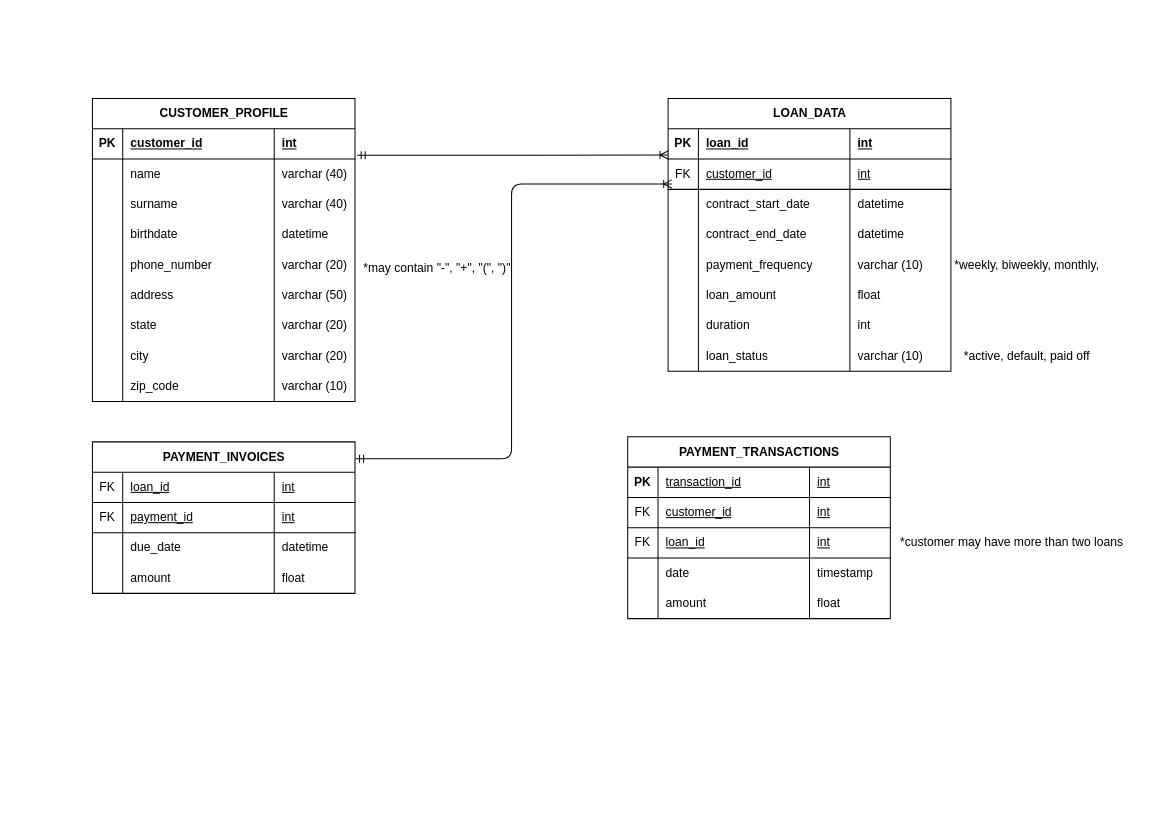
This is Diagrama sin título.drawio from saul-soto/business-case-assessment, a draw.io file, before an edit. Source tidied: cells renumbered, new cells numbered last; positions are measured from the earlier drawing's top-left corner, leaving out a move shared by most shapes. Both pictures are drawn from the tidied source at 101%, with x=0, y=0 at pixel (92, 98).
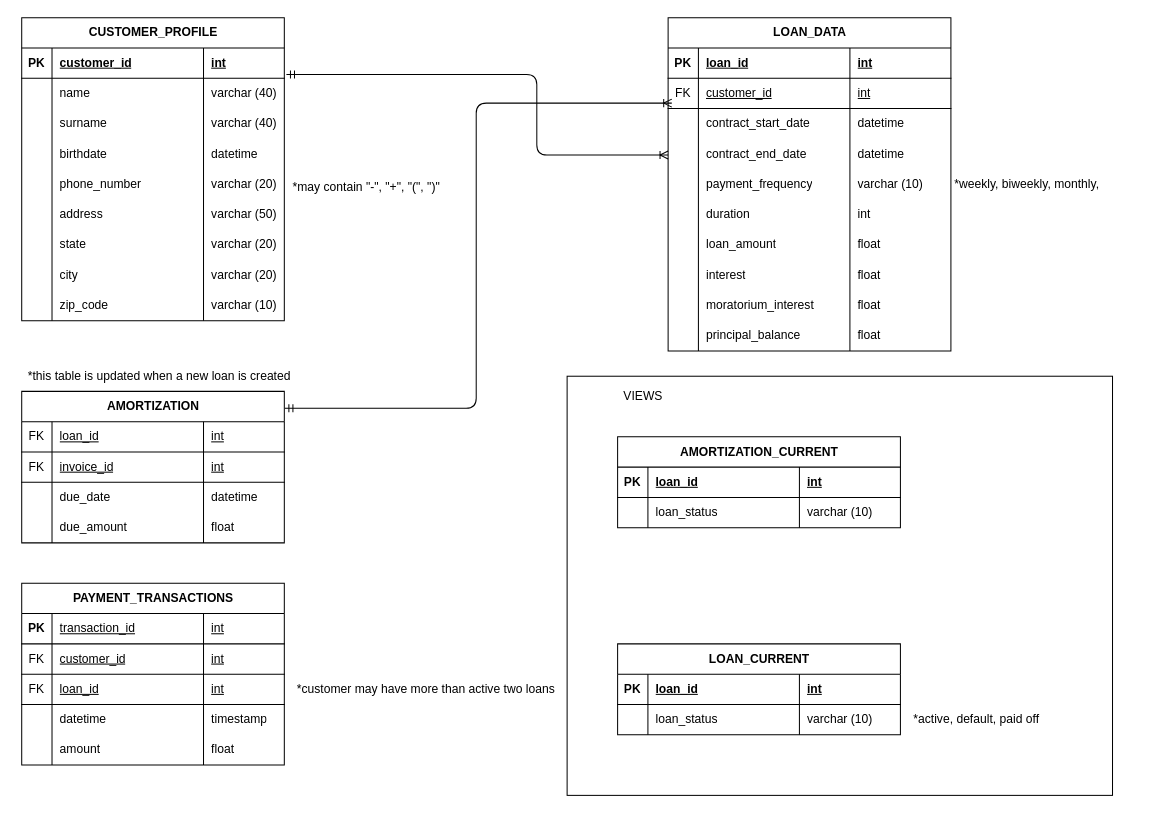
After the change.

The change refers to these unchanged cells:
```xml
<mxCell id="4" style="shape=tableRow;horizontal=0;startSize=0;swimlaneHead=0;swimlaneBody=0;fillColor=none;points=[[0,0.5],[1,0.5]];portConstraint=eastwest;top=0;left=0;right=0;bottom=1;" parent="3" vertex="1">
  <mxGeometry y="30" width="260" height="30" as="geometry" />
</mxCell>
<mxCell id="69" style="shape=tableRow;horizontal=0;startSize=0;swimlaneHead=0;swimlaneBody=0;fillColor=none;top=0;left=0;right=0;bottom=0;" parent="40" vertex="1">
  <mxGeometry y="240" width="280" height="30" as="geometry" />
</mxCell>
<mxCell id="86" style="shape=tableRow;horizontal=0;startSize=0;swimlaneHead=0;swimlaneBody=0;fillColor=none;top=0;left=0;right=0;bottom=0;" parent="73" vertex="1">
  <mxGeometry y="120" width="260" height="30" as="geometry" />
</mxCell>
<mxCell id="102" style="shape=tableRow;horizontal=0;startSize=0;swimlaneHead=0;swimlaneBody=0;fillColor=none;top=0;left=0;right=0;bottom=1;" parent="97" vertex="1">
  <mxGeometry y="60" width="260" height="30" as="geometry" />
</mxCell>
<mxCell id="110" style="shape=tableRow;horizontal=0;startSize=0;swimlaneHead=0;swimlaneBody=0;fillColor=none;top=0;left=0;right=0;bottom=0;" parent="97" vertex="1">
  <mxGeometry y="120" width="260" height="30" as="geometry" />
</mxCell>
```

Change to the diagram source:
```diff
@@
+    <mxCell id="116" style="rounded=0;whiteSpace=wrap;html=1;" parent="1" vertex="1">
+      <mxGeometry x="470" y="275" width="540" height="415" as="geometry" />
+    </mxCell>
     <mxCell id="2" style="edgeStyle=orthogonalEdgeStyle;html=1;endArrow=ERoneToMany;startArrow=ERmandOne;labelBackgroundColor=none;fontFamily=Verdana;fontSize=12;align=left;exitX=1.008;exitY=0.873;exitDx=0;exitDy=0;exitPerimeter=0;" parent="1" edge="1" source="4">
       <mxGeometry relative="1" as="geometry">
         <mxPoint x="570" y="56" as="targetPoint" />
+        <Array as="points">
+          <mxPoint x="440" y="-24" />
+          <mxPoint x="440" y="56" />
+        </Array>
       </mxGeometry>
     </mxCell>
     <mxCell id="3" value="CUSTOMER_PROFILE" style="shape=table;startSize=30;childLayout=tableLayout;rowLines=0;fontStyle=1;align=center;html=1;" parent="1" vertex="1">
-      <mxGeometry width="260" height="300" as="geometry" />
+      <mxGeometry x="-70" y="-80" width="260" height="300" as="geometry" />
     </mxCell>
@@
     <mxCell id="40" value="LOAN_DATA" style="shape=table;startSize=30;childLayout=tableLayout;rowLines=0;fontStyle=1;align=center;html=1;" parent="1" vertex="1">
-      <mxGeometry x="570" width="280" height="270" as="geometry" />
+      <mxGeometry x="570" y="-80" width="280" height="330" as="geometry" />
     </mxCell>
@@
+    <mxCell id="65" style="shape=tableRow;horizontal=0;startSize=0;swimlaneHead=0;swimlaneBody=0;fillColor=none;top=0;left=0;right=0;bottom=0;" parent="40" vertex="1">
+      <mxGeometry y="180" width="280" height="30" as="geometry" />
+    </mxCell>
+    <mxCell id="66" style="shape=partialRectangle;fillColor=none;top=0;left=0;bottom=0;right=0;overflow=hidden;whiteSpace=wrap;html=1;" parent="65" vertex="1">
+      <mxGeometry width="30" height="30" as="geometry" />
+    </mxCell>
+    <mxCell id="67" value="duration" style="shape=partialRectangle;fillColor=none;top=0;left=0;bottom=0;right=0;align=left;spacingLeft=6;overflow=hidden;whiteSpace=wrap;html=1;" parent="65" vertex="1">
+      <mxGeometry x="30" width="150" height="30" as="geometry" />
+    </mxCell>
+    <mxCell id="68" value="int" style="shape=partialRectangle;fillColor=none;top=0;left=0;bottom=0;right=0;align=left;spacingLeft=6;overflow=hidden;whiteSpace=wrap;html=1;" parent="65" vertex="1">
+      <mxGeometry x="180" width="100" height="30" as="geometry" />
+    </mxCell>
     <mxCell id="61" style="shape=tableRow;horizontal=0;startSize=0;swimlaneHead=0;swimlaneBody=0;fillColor=none;top=0;left=0;right=0;bottom=0;" parent="40" vertex="1">
-      <mxGeometry y="180" width="280" height="30" as="geometry" />
+      <mxGeometry y="210" width="280" height="30" as="geometry" />
     </mxCell>
@@
-    <mxCell id="65" style="shape=tableRow;horizontal=0;startSize=0;swimlaneHead=0;swimlaneBody=0;fillColor=none;top=0;left=0;right=0;bottom=0;" parent="40" vertex="1">
-      <mxGeometry y="210" width="280" height="30" as="geometry" />
-    </mxCell>
-    <mxCell id="66" style="shape=partialRectangle;fillColor=none;top=0;left=0;bottom=0;right=0;overflow=hidden;whiteSpace=wrap;html=1;" parent="65" vertex="1">
-      <mxGeometry width="30" height="30" as="geometry" />
-    </mxCell>
-    <mxCell id="67" value="duration" style="shape=partialRectangle;fillColor=none;top=0;left=0;bottom=0;right=0;align=left;spacingLeft=6;overflow=hidden;whiteSpace=wrap;html=1;" parent="65" vertex="1">
-      <mxGeometry x="30" width="150" height="30" as="geometry" />
-    </mxCell>
-    <mxCell id="68" value="int" style="shape=partialRectangle;fillColor=none;top=0;left=0;bottom=0;right=0;align=left;spacingLeft=6;overflow=hidden;whiteSpace=wrap;html=1;" parent="65" vertex="1">
-      <mxGeometry x="180" width="100" height="30" as="geometry" />
-    </mxCell>
@@
-    <mxCell id="70" style="shape=partialRectangle;fillColor=none;top=0;left=0;bottom=0;right=0;overflow=hidden;whiteSpace=wrap;html=1;" parent="69" vertex="1">
-      <mxGeometry width="30" height="30" as="geometry" />
-    </mxCell>
-    <mxCell id="71" value="loan_status" style="shape=partialRectangle;fillColor=none;top=0;left=0;bottom=0;right=0;align=left;spacingLeft=6;overflow=hidden;whiteSpace=wrap;html=1;" parent="69" vertex="1">
-      <mxGeometry x="30" width="150" height="30" as="geometry" />
-    </mxCell>
-    <mxCell id="72" value="varchar (10)" style="shape=partialRectangle;fillColor=none;top=0;left=0;bottom=0;right=0;align=left;spacingLeft=6;overflow=hidden;whiteSpace=wrap;html=1;" parent="69" vertex="1">
-      <mxGeometry x="180" width="100" height="30" as="geometry" />
-    </mxCell>
+    <mxCell id="117" style="shape=partialRectangle;fillColor=none;top=0;left=0;bottom=0;right=0;overflow=hidden;whiteSpace=wrap;html=1;" parent="69" vertex="1">
+      <mxGeometry width="30" height="30" as="geometry" />
+    </mxCell>
+    <mxCell id="118" value="interest" style="shape=partialRectangle;fillColor=none;top=0;left=0;bottom=0;right=0;align=left;spacingLeft=6;overflow=hidden;whiteSpace=wrap;html=1;" parent="69" vertex="1">
+      <mxGeometry x="30" width="150" height="30" as="geometry" />
+    </mxCell>
+    <mxCell id="119" value="float" style="shape=partialRectangle;fillColor=none;top=0;left=0;bottom=0;right=0;align=left;spacingLeft=6;overflow=hidden;whiteSpace=wrap;html=1;" parent="69" vertex="1">
+      <mxGeometry x="180" width="100" height="30" as="geometry" />
+    </mxCell>
+    <mxCell id="120" style="shape=tableRow;horizontal=0;startSize=0;swimlaneHead=0;swimlaneBody=0;fillColor=none;top=0;left=0;right=0;bottom=0;" parent="40" vertex="1">
+      <mxGeometry y="270" width="280" height="30" as="geometry" />
+    </mxCell>
+    <mxCell id="121" style="shape=partialRectangle;fillColor=none;top=0;left=0;bottom=0;right=0;overflow=hidden;whiteSpace=wrap;html=1;" parent="120" vertex="1">
+      <mxGeometry width="30" height="30" as="geometry" />
+    </mxCell>
+    <mxCell id="122" value="moratorium_interest" style="shape=partialRectangle;fillColor=none;top=0;left=0;bottom=0;right=0;align=left;spacingLeft=6;overflow=hidden;whiteSpace=wrap;html=1;" parent="120" vertex="1">
+      <mxGeometry x="30" width="150" height="30" as="geometry" />
+    </mxCell>
+    <mxCell id="123" value="float" style="shape=partialRectangle;fillColor=none;top=0;left=0;bottom=0;right=0;align=left;spacingLeft=6;overflow=hidden;whiteSpace=wrap;html=1;" parent="120" vertex="1">
+      <mxGeometry x="180" width="100" height="30" as="geometry" />
+    </mxCell>
+    <mxCell id="124" style="shape=tableRow;horizontal=0;startSize=0;swimlaneHead=0;swimlaneBody=0;fillColor=none;top=0;left=0;right=0;bottom=0;" parent="40" vertex="1">
+      <mxGeometry y="300" width="280" height="30" as="geometry" />
+    </mxCell>
+    <mxCell id="125" style="shape=partialRectangle;fillColor=none;top=0;left=0;bottom=0;right=0;overflow=hidden;whiteSpace=wrap;html=1;" parent="124" vertex="1">
+      <mxGeometry width="30" height="30" as="geometry" />
+    </mxCell>
+    <mxCell id="126" value="principal_balance" style="shape=partialRectangle;fillColor=none;top=0;left=0;bottom=0;right=0;align=left;spacingLeft=6;overflow=hidden;whiteSpace=wrap;html=1;" parent="124" vertex="1">
+      <mxGeometry x="30" width="150" height="30" as="geometry" />
+    </mxCell>
+    <mxCell id="127" value="float" style="shape=partialRectangle;fillColor=none;top=0;left=0;bottom=0;right=0;align=left;spacingLeft=6;overflow=hidden;whiteSpace=wrap;html=1;" parent="124" vertex="1">
+      <mxGeometry x="180" width="100" height="30" as="geometry" />
+    </mxCell>
     <mxCell id="73" value="PAYMENT_TRANSACTIONS" style="shape=table;startSize=30;childLayout=tableLayout;rowLines=0;fontStyle=1;align=center;html=1;" parent="1" vertex="1">
-      <mxGeometry x="530" y="335" width="260" height="180" as="geometry" />
+      <mxGeometry x="-70" y="480" width="260" height="180" as="geometry" />
     </mxCell>
@@
-    <mxCell id="88" value="date" style="shape=partialRectangle;fillColor=none;top=0;left=0;bottom=0;right=0;align=left;spacingLeft=6;overflow=hidden;whiteSpace=wrap;html=1;" parent="86" vertex="1">
+    <mxCell id="88" value="datetime" style="shape=partialRectangle;fillColor=none;top=0;left=0;bottom=0;right=0;align=left;spacingLeft=6;overflow=hidden;whiteSpace=wrap;html=1;" parent="86" vertex="1">
       <mxGeometry x="30" width="150" height="30" as="geometry" />
     </mxCell>
@@
     <mxCell id="94" value="*active, default, paid off" style="text;html=1;align=center;verticalAlign=middle;strokeColor=none;fillColor=none;" parent="1" vertex="1">
-      <mxGeometry x="850" y="240" width="150" height="30" as="geometry" />
+      <mxGeometry x="800" y="600" width="150" height="30" as="geometry" />
     </mxCell>
     <mxCell id="95" value="*may contain &quot;-&quot;, &quot;+&quot;, &quot;(&quot;, &quot;)&quot;" style="text;html=1;align=center;verticalAlign=middle;strokeColor=none;fillColor=none;" parent="1" vertex="1">
-      <mxGeometry x="256" y="153" width="170" height="30" as="geometry" />
+      <mxGeometry x="186" y="73" width="170" height="30" as="geometry" />
     </mxCell>
-    <mxCell id="96" value="*customer may have more than two loans" style="text;html=1;align=center;verticalAlign=middle;strokeColor=none;fillColor=none;" parent="1" vertex="1">
-      <mxGeometry x="790" y="425" width="240" height="30" as="geometry" />
-    </mxCell>
-    <mxCell id="97" value="PAYMENT_INVOICES" style="shape=table;startSize=30;childLayout=tableLayout;rowLines=0;fontStyle=1;align=center;html=1;" parent="1" vertex="1">
-      <mxGeometry y="340" width="260" height="150" as="geometry" />
+    <mxCell id="97" value="AMORTIZATION" style="shape=table;startSize=30;childLayout=tableLayout;rowLines=0;fontStyle=1;align=center;html=1;" parent="1" vertex="1">
+      <mxGeometry x="-70" y="290" width="260" height="150" as="geometry" />
     </mxCell>
@@
-    <mxCell id="104" value="payment_id" style="shape=partialRectangle;fillColor=none;top=0;left=0;bottom=0;right=0;align=left;spacingLeft=6;fontStyle=4;overflow=hidden;whiteSpace=wrap;html=1;" parent="102" vertex="1">
+    <mxCell id="104" value="invoice_id" style="shape=partialRectangle;fillColor=none;top=0;left=0;bottom=0;right=0;align=left;spacingLeft=6;fontStyle=4;overflow=hidden;whiteSpace=wrap;html=1;" parent="102" vertex="1">
       <mxGeometry x="30" width="150" height="30" as="geometry" />
     </mxCell>
@@
-    <mxCell id="112" value="amount" style="shape=partialRectangle;fillColor=none;top=0;left=0;bottom=0;right=0;align=left;spacingLeft=6;overflow=hidden;whiteSpace=wrap;html=1;" parent="110" vertex="1">
+    <mxCell id="112" value="due_amount" style="shape=partialRectangle;fillColor=none;top=0;left=0;bottom=0;right=0;align=left;spacingLeft=6;overflow=hidden;whiteSpace=wrap;html=1;" parent="110" vertex="1">
       <mxGeometry x="30" width="150" height="30" as="geometry" />
     </mxCell>
@@
     <mxCell id="115" value="*weekly, biweekly, monthly," style="text;html=1;align=center;verticalAlign=middle;strokeColor=none;fillColor=none;" parent="1" vertex="1">
-      <mxGeometry x="840" y="150" width="170" height="30" as="geometry" />
+      <mxGeometry x="840" y="70" width="170" height="30" as="geometry" />
     </mxCell>
+    <mxCell id="128" value="LOAN_CURRENT" style="shape=table;startSize=30;childLayout=tableLayout;rowLines=0;fontStyle=1;align=center;html=1;" parent="1" vertex="1">
+      <mxGeometry x="520" y="540" width="280" height="90" as="geometry" />
+    </mxCell>
+    <mxCell id="129" style="shape=tableRow;horizontal=0;startSize=0;swimlaneHead=0;swimlaneBody=0;fillColor=none;top=0;left=0;right=0;bottom=1;" parent="128" vertex="1">
+      <mxGeometry y="30" width="280" height="30" as="geometry" />
+    </mxCell>
+    <mxCell id="130" value="PK" style="shape=partialRectangle;fillColor=none;top=0;left=0;bottom=0;right=0;fontStyle=1;overflow=hidden;whiteSpace=wrap;html=1;" parent="129" vertex="1">
+      <mxGeometry width="30" height="30" as="geometry" />
+    </mxCell>
+    <mxCell id="131" value="loan_id" style="shape=partialRectangle;fillColor=none;top=0;left=0;bottom=0;right=0;align=left;spacingLeft=6;fontStyle=5;overflow=hidden;whiteSpace=wrap;html=1;" parent="129" vertex="1">
+      <mxGeometry x="30" width="150" height="30" as="geometry" />
+    </mxCell>
+    <mxCell id="132" value="int" style="shape=partialRectangle;fillColor=none;top=0;left=0;bottom=0;right=0;align=left;spacingLeft=6;fontStyle=5;overflow=hidden;whiteSpace=wrap;html=1;" parent="129" vertex="1">
+      <mxGeometry x="180" width="100" height="30" as="geometry" />
+    </mxCell>
+    <mxCell id="133" style="shape=tableRow;horizontal=0;startSize=0;swimlaneHead=0;swimlaneBody=0;fillColor=none;top=0;left=0;right=0;bottom=0;" parent="128" vertex="1">
+      <mxGeometry y="60" width="280" height="30" as="geometry" />
+    </mxCell>
+    <mxCell id="134" style="shape=partialRectangle;fillColor=none;top=0;left=0;bottom=0;right=0;overflow=hidden;whiteSpace=wrap;html=1;" parent="133" vertex="1">
+      <mxGeometry width="30" height="30" as="geometry" />
+    </mxCell>
+    <mxCell id="135" value="loan_status" style="shape=partialRectangle;fillColor=none;top=0;left=0;bottom=0;right=0;align=left;spacingLeft=6;overflow=hidden;whiteSpace=wrap;html=1;" parent="133" vertex="1">
+      <mxGeometry x="30" width="150" height="30" as="geometry" />
+    </mxCell>
+    <mxCell id="136" value="varchar (10)" style="shape=partialRectangle;fillColor=none;top=0;left=0;bottom=0;right=0;align=left;spacingLeft=6;overflow=hidden;whiteSpace=wrap;html=1;" parent="133" vertex="1">
+      <mxGeometry x="180" width="100" height="30" as="geometry" />
+    </mxCell>
+    <mxCell id="137" value="VIEWS" style="text;html=1;align=center;verticalAlign=middle;strokeColor=none;fillColor=none;" parent="1" vertex="1">
+      <mxGeometry x="515" y="280" width="60" height="30" as="geometry" />
+    </mxCell>
+    <mxCell id="138" value="*this table is updated when a new loan is created" style="text;html=1;align=center;verticalAlign=middle;strokeColor=none;fillColor=none;" parent="1" vertex="1">
+      <mxGeometry x="-74" y="260" width="280" height="30" as="geometry" />
+    </mxCell>
+    <mxCell id="139" value="*customer may have more than active two loans" style="text;html=1;align=center;verticalAlign=middle;strokeColor=none;fillColor=none;" parent="1" vertex="1">
+      <mxGeometry x="190" y="570" width="280" height="30" as="geometry" />
+    </mxCell>
+    <mxCell id="140" value="AMORTIZATION_CURRENT" style="shape=table;startSize=30;childLayout=tableLayout;rowLines=0;fontStyle=1;align=center;html=1;" parent="1" vertex="1">
+      <mxGeometry x="520" y="335" width="280" height="90" as="geometry" />
+    </mxCell>
+    <mxCell id="141" style="shape=tableRow;horizontal=0;startSize=0;swimlaneHead=0;swimlaneBody=0;fillColor=none;top=0;left=0;right=0;bottom=1;" parent="140" vertex="1">
+      <mxGeometry y="30" width="280" height="30" as="geometry" />
+    </mxCell>
+    <mxCell id="142" value="PK" style="shape=partialRectangle;fillColor=none;top=0;left=0;bottom=0;right=0;fontStyle=1;overflow=hidden;whiteSpace=wrap;html=1;" parent="141" vertex="1">
+      <mxGeometry width="30" height="30" as="geometry" />
+    </mxCell>
+    <mxCell id="143" value="loan_id" style="shape=partialRectangle;fillColor=none;top=0;left=0;bottom=0;right=0;align=left;spacingLeft=6;fontStyle=5;overflow=hidden;whiteSpace=wrap;html=1;" parent="141" vertex="1">
+      <mxGeometry x="30" width="150" height="30" as="geometry" />
+    </mxCell>
+    <mxCell id="144" value="int" style="shape=partialRectangle;fillColor=none;top=0;left=0;bottom=0;right=0;align=left;spacingLeft=6;fontStyle=5;overflow=hidden;whiteSpace=wrap;html=1;" parent="141" vertex="1">
+      <mxGeometry x="180" width="100" height="30" as="geometry" />
+    </mxCell>
+    <mxCell id="145" style="shape=tableRow;horizontal=0;startSize=0;swimlaneHead=0;swimlaneBody=0;fillColor=none;top=0;left=0;right=0;bottom=0;" parent="140" vertex="1">
+      <mxGeometry y="60" width="280" height="30" as="geometry" />
+    </mxCell>
+    <mxCell id="146" style="shape=partialRectangle;fillColor=none;top=0;left=0;bottom=0;right=0;overflow=hidden;whiteSpace=wrap;html=1;" parent="145" vertex="1">
+      <mxGeometry width="30" height="30" as="geometry" />
+    </mxCell>
+    <mxCell id="147" value="loan_status" style="shape=partialRectangle;fillColor=none;top=0;left=0;bottom=0;right=0;align=left;spacingLeft=6;overflow=hidden;whiteSpace=wrap;html=1;" parent="145" vertex="1">
+      <mxGeometry x="30" width="150" height="30" as="geometry" />
+    </mxCell>
+    <mxCell id="148" value="varchar (10)" style="shape=partialRectangle;fillColor=none;top=0;left=0;bottom=0;right=0;align=left;spacingLeft=6;overflow=hidden;whiteSpace=wrap;html=1;" parent="145" vertex="1">
+      <mxGeometry x="180" width="100" height="30" as="geometry" />
+    </mxCell>
```
